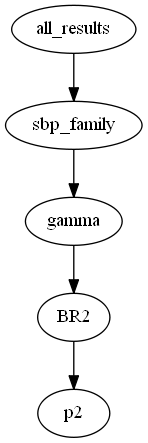
Before: visual/all_results_2d.dot.png, a diagram exported from Graphviz (zolargwrk/PySBP). Its source is kept beside it as visual/all_results_2d.dot.
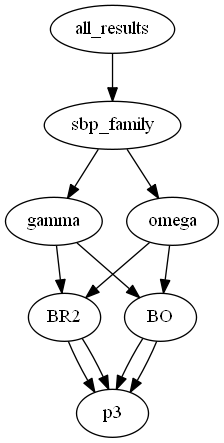
After the commit.

The edit, as a diff of the source:
```diff
@@ -3,9 +3,23 @@
     "sbp_family";
     "gamma";
     "BR2";
-    "p2";
+    "p3";
+    "BO";
+    "p3";
+    "omega";
+    "BR2";
+    "p3";
+    "BO";
+    "p3";
     "all_results" -> "sbp_family";
     "sbp_family" -> "gamma";
+    "sbp_family" -> "omega";
     "gamma" -> "BR2";
-    "BR2" -> "p2";
+    "gamma" -> "BO";
+    "BR2" -> "p3";
+    "BO" -> "p3";
+    "omega" -> "BR2";
+    "omega" -> "BO";
+    "BR2" -> "p3";
+    "BO" -> "p3";
 }
```
